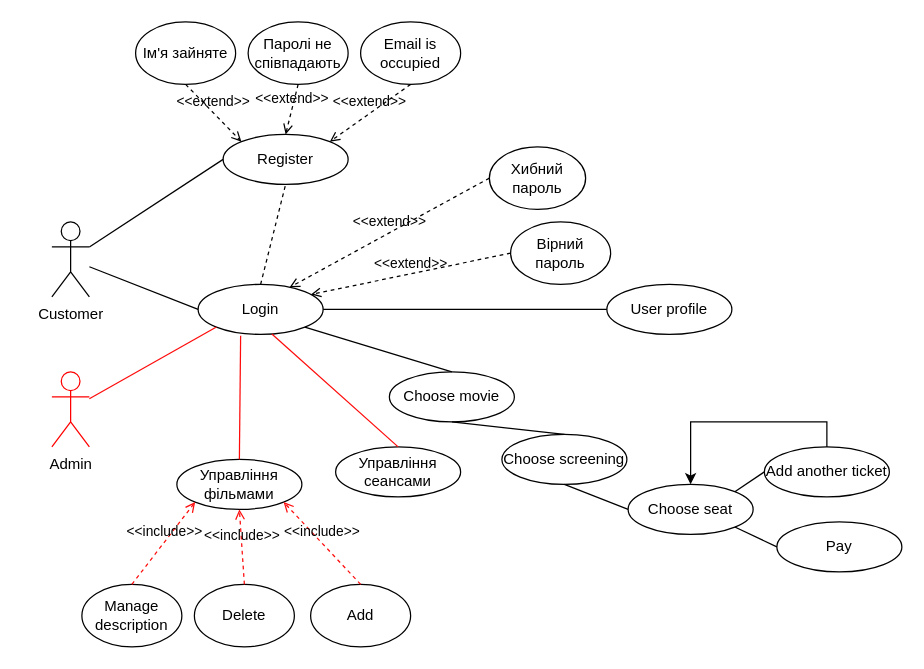
The draw.io diagram Use-case.drawio in chirikkikik/cinema, before the edit. Source tidied: cells renumbered, new cells numbered last; positions are measured from the earlier drawing's top-left corner, leaving out a move shared by most shapes. Both pictures are drawn from the tidied source at 125%, with x=0, y=0 at pixel (51, 21).
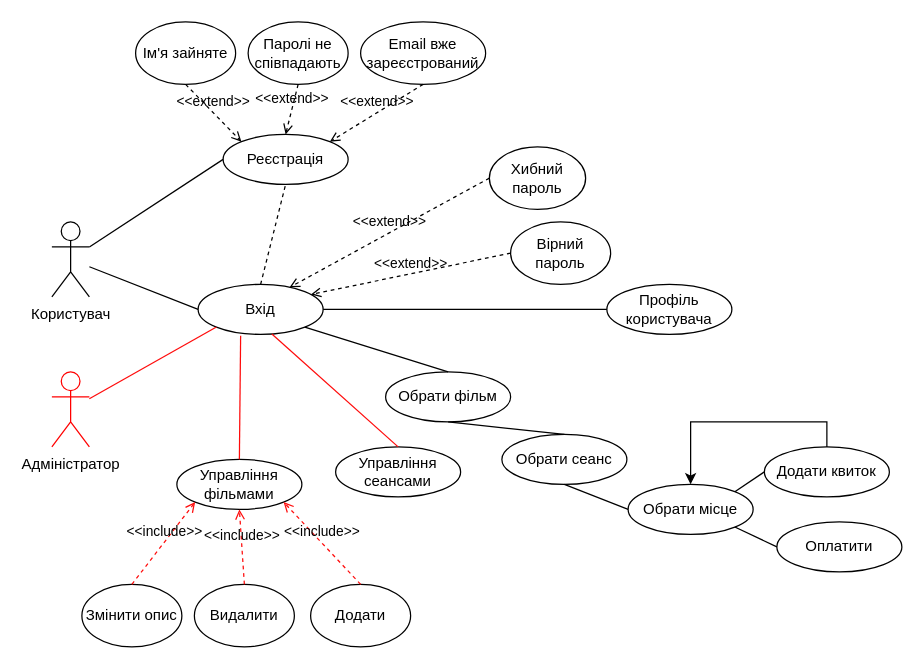
Above is the later version.

Diff of the diagram source:
```diff
@@
-    <mxCell id="2" value="Customer" style="shape=umlActor;verticalLabelPosition=bottom;verticalAlign=top;html=1;outlineConnect=0;" parent="1" vertex="1">
+    <mxCell id="2" value="Користувач" style="shape=umlActor;verticalLabelPosition=bottom;verticalAlign=top;html=1;outlineConnect=0;" parent="1" vertex="1">
       <mxGeometry y="160" width="30" height="60" as="geometry" />
     </mxCell>
-    <mxCell id="3" value="Register" style="ellipse;whiteSpace=wrap;html=1;" parent="1" vertex="1">
+    <mxCell id="3" value="Реєстрація" style="ellipse;whiteSpace=wrap;html=1;" parent="1" vertex="1">
       <mxGeometry x="137" y="90" width="100" height="40" as="geometry" />
     </mxCell>
-    <mxCell id="4" value="Login" style="ellipse;whiteSpace=wrap;html=1;" parent="1" vertex="1">
+    <mxCell id="4" value="Вхід" style="ellipse;whiteSpace=wrap;html=1;" parent="1" vertex="1">
       <mxGeometry x="117" y="210" width="100" height="40" as="geometry" />
     </mxCell>
-    <mxCell id="5" value="Choose movie" style="ellipse;whiteSpace=wrap;html=1;" parent="1" vertex="1">
-      <mxGeometry x="270" y="280" width="100" height="40" as="geometry" />
+    <mxCell id="5" value="Обрати фільм" style="ellipse;whiteSpace=wrap;html=1;" parent="1" vertex="1">
+      <mxGeometry x="267" y="280" width="100" height="40" as="geometry" />
     </mxCell>
-    <mxCell id="6" value="Choose screening" style="ellipse;whiteSpace=wrap;html=1;" parent="1" vertex="1">
+    <mxCell id="6" value="Обрати сеанс" style="ellipse;whiteSpace=wrap;html=1;" parent="1" vertex="1">
       <mxGeometry x="360" y="330" width="100" height="40" as="geometry" />
     </mxCell>
-    <mxCell id="7" value="Choose seat" style="ellipse;whiteSpace=wrap;html=1;" parent="1" vertex="1">
+    <mxCell id="7" value="Обрати місце" style="ellipse;whiteSpace=wrap;html=1;" parent="1" vertex="1">
       <mxGeometry x="461" y="370" width="100" height="40" as="geometry" />
     </mxCell>
@@
-    <mxCell id="9" value="Add another ticket" style="ellipse;whiteSpace=wrap;html=1;" parent="1" vertex="1">
+    <mxCell id="9" value="Додати квиток" style="ellipse;whiteSpace=wrap;html=1;" parent="1" vertex="1">
       <mxGeometry x="570" y="340" width="100" height="40" as="geometry" />
     </mxCell>
-    <mxCell id="10" value="Pay" style="ellipse;whiteSpace=wrap;html=1;" parent="1" vertex="1">
+    <mxCell id="10" value="Оплатити" style="ellipse;whiteSpace=wrap;html=1;" parent="1" vertex="1">
       <mxGeometry x="580" y="400" width="100" height="40" as="geometry" />
     </mxCell>
@@
-    <mxCell id="27" value="User profile" style="ellipse;whiteSpace=wrap;html=1;" parent="1" vertex="1">
+    <mxCell id="27" value="Профіль користувача" style="ellipse;whiteSpace=wrap;html=1;" parent="1" vertex="1">
       <mxGeometry x="444" y="210" width="100" height="40" as="geometry" />
     </mxCell>
@@
-    <mxCell id="29" value="Admin" style="shape=umlActor;verticalLabelPosition=bottom;verticalAlign=top;html=1;strokeColor=#FF0000;" parent="1" vertex="1">
+    <mxCell id="29" value="Адміністратор" style="shape=umlActor;verticalLabelPosition=bottom;verticalAlign=top;html=1;strokeColor=#FF0000;" parent="1" vertex="1">
       <mxGeometry y="280" width="30" height="60" as="geometry" />
     </mxCell>
@@
-    <mxCell id="35" value="Add" style="ellipse;whiteSpace=wrap;html=1;" parent="1" vertex="1">
+    <mxCell id="35" value="Додати" style="ellipse;whiteSpace=wrap;html=1;" parent="1" vertex="1">
       <mxGeometry x="207" y="450" width="80" height="50" as="geometry" />
     </mxCell>
-    <mxCell id="36" value="Delete" style="ellipse;whiteSpace=wrap;html=1;" parent="1" vertex="1">
+    <mxCell id="36" value="Видалити" style="ellipse;whiteSpace=wrap;html=1;" parent="1" vertex="1">
       <mxGeometry x="114" y="450" width="80" height="50" as="geometry" />
     </mxCell>
-    <mxCell id="37" value="Manage description" style="ellipse;whiteSpace=wrap;html=1;" parent="1" vertex="1">
+    <mxCell id="37" value="Змінити опис" style="ellipse;whiteSpace=wrap;html=1;" parent="1" vertex="1">
       <mxGeometry x="24" y="450" width="80" height="50" as="geometry" />
     </mxCell>
@@
-    <mxCell id="41" value="Email is occupied" style="ellipse;whiteSpace=wrap;html=1;" parent="1" vertex="1">
-      <mxGeometry x="247" width="80" height="50" as="geometry" />
+    <mxCell id="41" value="Email вже зареєстрований" style="ellipse;whiteSpace=wrap;html=1;" parent="1" vertex="1">
+      <mxGeometry x="247" width="100" height="50" as="geometry" />
     </mxCell>
```
